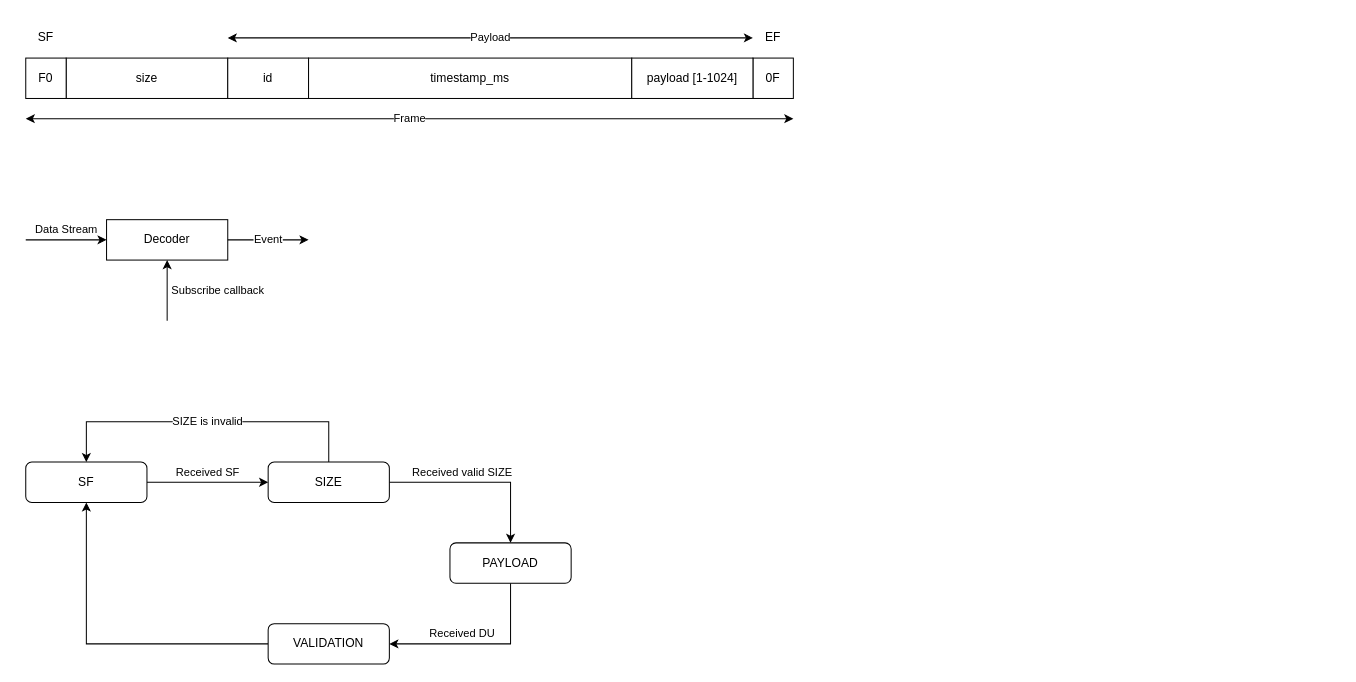
This is encoder.drawio from AR0EN/communication, a draw.io file, before an edit. Source tidied: cells renumbered, new cells numbered last; positions are measured from the earlier drawing's top-left corner, leaving out a move shared by most shapes. Both pictures are drawn from the tidied source at 101%, with x=0, y=0 at pixel (25, 17).
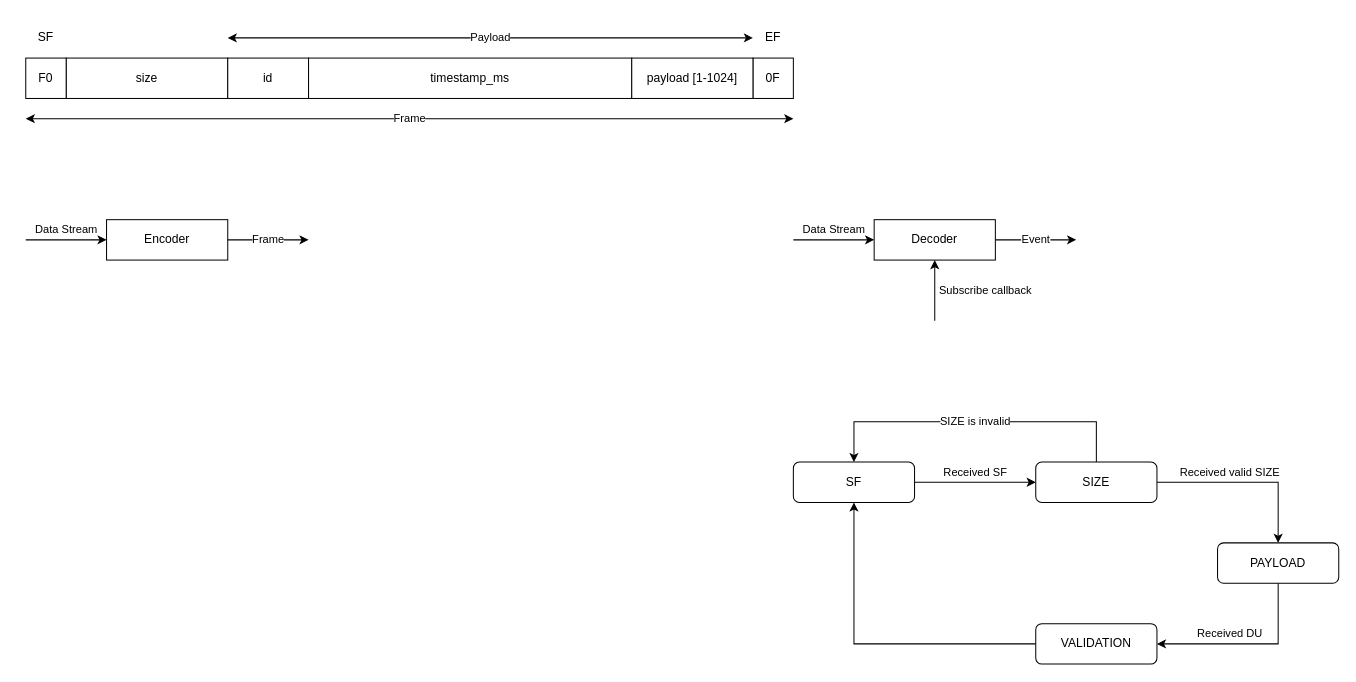
The same diagram, later.

The edit, as a diff of the source:
```diff
@@
     <mxCell id="13" value="SF" style="rounded=1;whiteSpace=wrap;html=1;" parent="1" vertex="1">
-      <mxGeometry y="440" width="120" height="40" as="geometry" />
+      <mxGeometry x="760" y="440" width="120" height="40" as="geometry" />
     </mxCell>
@@
     <mxCell id="15" value="SIZE is invalid" style="edgeStyle=orthogonalEdgeStyle;rounded=0;jettySize=auto;html=1;entryX=0.5;entryY=0;entryDx=0;entryDy=0;exitX=0.5;exitY=0;exitDx=0;exitDy=0;" parent="1" edge="1" source="16" target="13">
       <mxGeometry relative="1" as="geometry">
         <Array as="points">
-          <mxPoint x="300" y="400" />
-          <mxPoint x="60" y="400" />
+          <mxPoint x="1060" y="400" />
+          <mxPoint x="820" y="400" />
         </Array>
       </mxGeometry>
     </mxCell>
     <mxCell id="16" value="SIZE" style="rounded=1;whiteSpace=wrap;html=1;" parent="1" vertex="1">
-      <mxGeometry x="240" y="440" width="120" height="40" as="geometry" />
+      <mxGeometry x="1000" y="440" width="120" height="40" as="geometry" />
     </mxCell>
@@
     <mxCell id="18" value="PAYLOAD" style="rounded=1;whiteSpace=wrap;html=1;" parent="1" vertex="1">
-      <mxGeometry x="420" y="520" width="120" height="40" as="geometry" />
+      <mxGeometry x="1180" y="520" width="120" height="40" as="geometry" />
     </mxCell>
@@
     <mxCell id="20" value="VALIDATION" style="rounded=1;whiteSpace=wrap;html=1;" parent="1" vertex="1">
-      <mxGeometry x="240" y="600" width="120" height="40" as="geometry" />
+      <mxGeometry x="1000" y="600" width="120" height="40" as="geometry" />
     </mxCell>
     <mxCell id="21" value="Decoder" style="rounded=0;whiteSpace=wrap;html=1;" parent="1" vertex="1">
-      <mxGeometry x="80" y="200" width="120" height="40" as="geometry" />
+      <mxGeometry x="840" y="200" width="120" height="40" as="geometry" />
     </mxCell>
     <mxCell id="22" value="Data Stream" style="endArrow=classic;html=1;entryX=0;entryY=0.5;entryDx=0;entryDy=0;" parent="1" edge="1" target="21">
       <mxGeometry y="10" relative="1" as="geometry">
-        <mxPoint y="220" as="sourcePoint" />
+        <mxPoint x="760" y="220" as="sourcePoint" />
       </mxGeometry>
     </mxCell>
     <mxCell id="23" value="Subscribe callback" style="endArrow=classic;html=1;entryX=0.5;entryY=1;entryDx=0;entryDy=0;" parent="1" edge="1" target="21">
       <mxGeometry y="-50" relative="1" as="geometry">
-        <mxPoint x="140" y="300" as="sourcePoint" />
+        <mxPoint x="900" y="300" as="sourcePoint" />
       </mxGeometry>
     </mxCell>
     <mxCell id="24" value="Event" style="endArrow=classic;html=1;exitX=1;exitY=0.5;exitDx=0;exitDy=0;" parent="1" edge="1" source="21">
       <mxGeometry relative="1" as="geometry">
-        <mxPoint x="280" y="220" as="targetPoint" />
+        <mxPoint x="1040" y="220" as="targetPoint" />
       </mxGeometry>
     </mxCell>
+    <mxCell id="25" value="Encoder" style="rounded=0;whiteSpace=wrap;html=1;" parent="1" vertex="1">
+      <mxGeometry x="80" y="200" width="120" height="40" as="geometry" />
+    </mxCell>
+    <mxCell id="26" value="Data Stream" style="endArrow=classic;html=1;entryX=0;entryY=0.5;entryDx=0;entryDy=0;" parent="1" edge="1" target="25">
+      <mxGeometry y="10" relative="1" as="geometry">
+        <mxPoint y="220" as="sourcePoint" />
+      </mxGeometry>
+    </mxCell>
+    <mxCell id="27" value="Frame" style="endArrow=classic;html=1;exitX=1;exitY=0.5;exitDx=0;exitDy=0;" parent="1" edge="1" source="25">
+      <mxGeometry relative="1" as="geometry">
+        <mxPoint x="280" y="220" as="targetPoint" />
+      </mxGeometry>
+    </mxCell>
```
